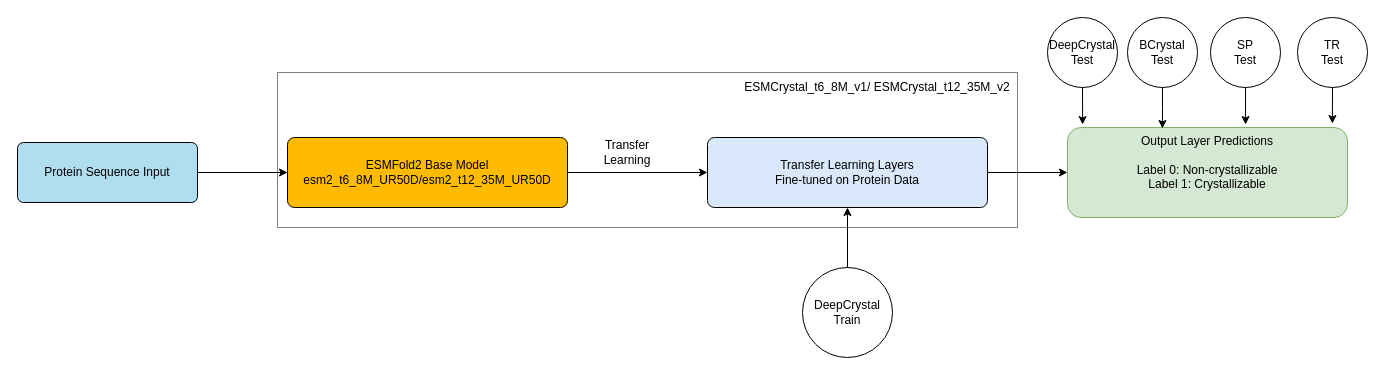
Above: ESMCrystal.drawio in jayanthkmr/architecture-diagrams (draw.io), before the change. Source tidied: cells renumbered, new cells numbered last; positions are measured from the earlier drawing's top-left corner, leaving out a move shared by most shapes. Both pictures are drawn from the tidied source at 100%, with x=0, y=0 at pixel (17, 17).
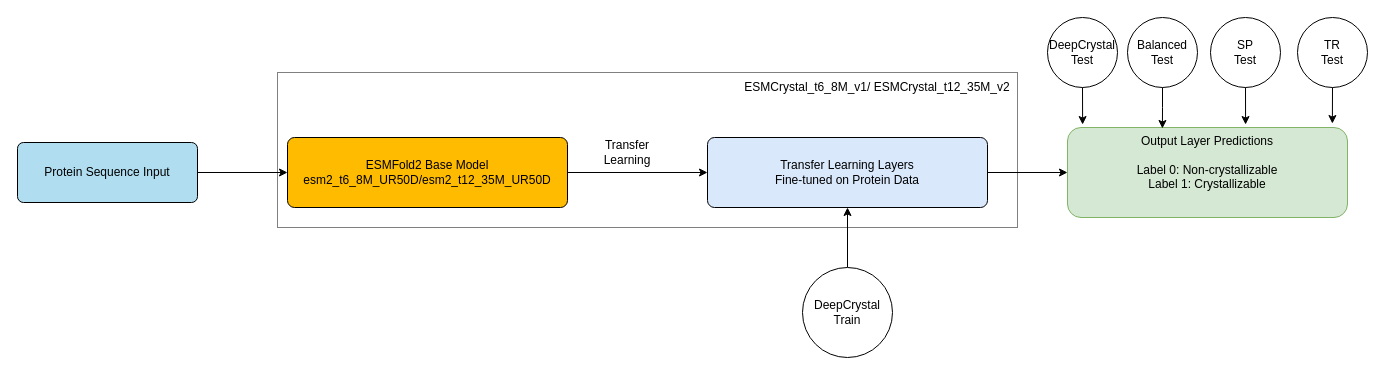
Above is the later version.

Change to the diagram source:
```diff
@@
-    <mxCell id="8" value="BCrystal&lt;div&gt;Test&lt;/div&gt;" style="ellipse;whiteSpace=wrap;html=1;" parent="1" vertex="1">
+    <mxCell id="8" value="Balanced&lt;div&gt;Test&lt;/div&gt;" style="ellipse;whiteSpace=wrap;html=1;" parent="1" vertex="1">
       <mxGeometry x="1110" width="70" height="70" as="geometry" />
     </mxCell>
```
